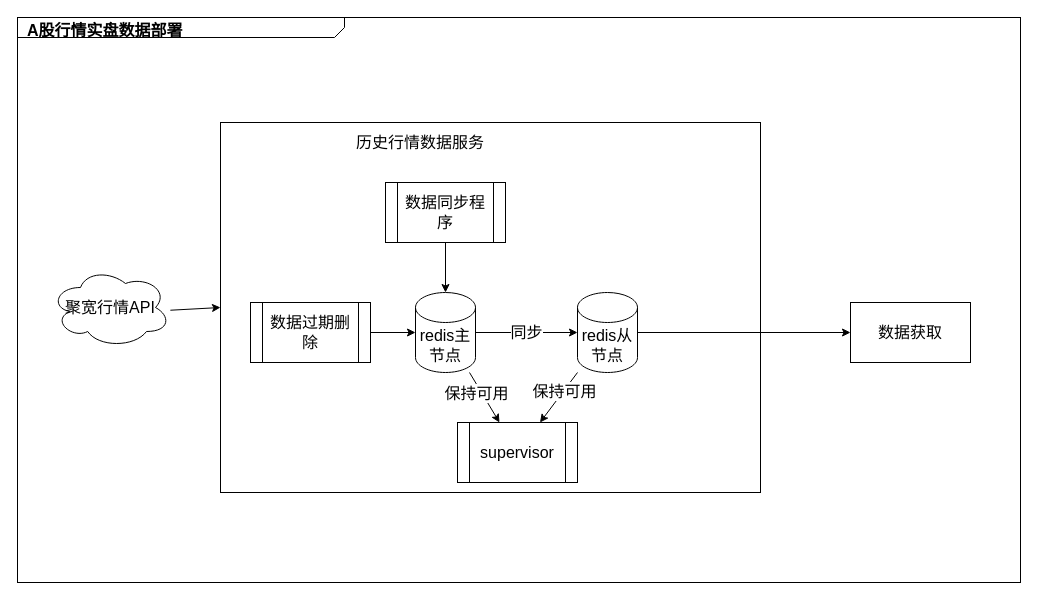
This is drawio/A股实盘数据.drawio from jayed008/notebook, a draw.io file, before an edit. Source tidied: cells renumbered, new cells numbered last; positions are measured from the earlier drawing's top-left corner, leaving out a move shared by most shapes. Both pictures are drawn from the tidied source at 100%, with x=0, y=0 at pixel (17, 17).
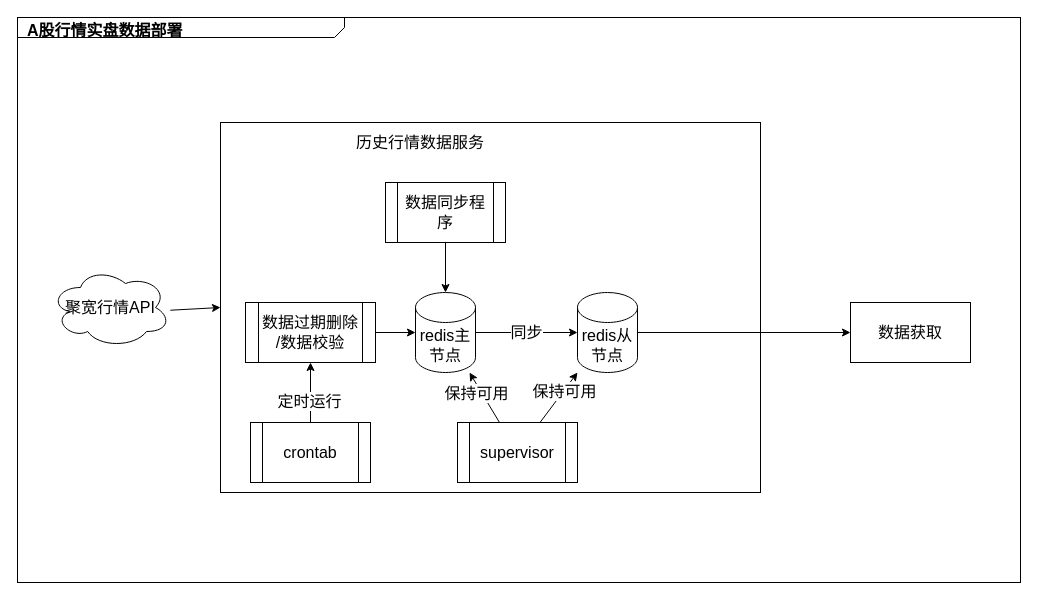
The same diagram, later.

Commit message (it also covers changes not shown here):
Update A股实盘数据.drawio

Unchanged cells that the change refers to:
```xml
<mxCell id="15" value="redis主节点" style="shape=cylinder3;whiteSpace=wrap;html=1;boundedLbl=1;backgroundOutline=1;size=15;fontSize=16;" parent="1" vertex="1">
  <mxGeometry x="398" y="275" width="60" height="80" as="geometry" />
</mxCell>
<mxCell id="21" value="redis从节点" style="shape=cylinder3;whiteSpace=wrap;html=1;boundedLbl=1;backgroundOutline=1;size=15;fontSize=16;" parent="1" vertex="1">
  <mxGeometry x="560" y="275" width="60" height="80" as="geometry" />
</mxCell>
<mxCell id="23" value="supervisor" style="shape=process;whiteSpace=wrap;html=1;backgroundOutline=1;fontSize=16;" parent="1" vertex="1">
  <mxGeometry x="440" y="405" width="120" height="60" as="geometry" />
</mxCell>
```

What changed in the source:
```diff
@@
-    <mxCell id="17" value="数据过期删除" style="shape=process;whiteSpace=wrap;html=1;backgroundOutline=1;fontSize=16;" parent="1" vertex="1">
-      <mxGeometry x="233" y="285" width="120" height="60" as="geometry" />
+    <mxCell id="17" value="数据过期删除&lt;br&gt;/数据校验" style="shape=process;whiteSpace=wrap;html=1;backgroundOutline=1;fontSize=16;" parent="1" vertex="1">
+      <mxGeometry x="228" y="285" width="130" height="60" as="geometry" />
     </mxCell>
@@
-    <mxCell id="24" style="endArrow=classic;html=1;fontSize=16;" parent="1" edge="1" source="15" target="23">
+    <mxCell id="24" style="endArrow=none;html=1;fontSize=16;startArrow=classic;startFill=1;endFill=0;" parent="1" edge="1" source="15" target="23">
       <mxGeometry relative="1" as="geometry" />
     </mxCell>
@@
-    <mxCell id="26" style="endArrow=classic;html=1;fontSize=16;" parent="1" edge="1" source="21" target="23">
+    <mxCell id="26" style="endArrow=none;html=1;fontSize=16;startArrow=classic;startFill=1;endFill=0;" parent="1" edge="1" source="21" target="23">
       <mxGeometry relative="1" as="geometry" />
     </mxCell>
@@
+    <mxCell id="30" value="crontab" style="shape=process;whiteSpace=wrap;html=1;backgroundOutline=1;fontSize=16;" parent="1" vertex="1">
+      <mxGeometry x="233" y="405" width="120" height="60" as="geometry" />
+    </mxCell>
+    <mxCell id="31" style="endArrow=classic;html=1;fontSize=16;" parent="1" edge="1" source="30" target="17">
+      <mxGeometry relative="1" as="geometry" />
+    </mxCell>
+    <mxCell id="32" value="定时运行" style="edgeLabel;html=1;align=center;verticalAlign=middle;fontSize=16;" parent="31" vertex="1">
+      <mxGeometry x="-0.27" y="2" relative="1" as="geometry" />
+    </mxCell>
```
